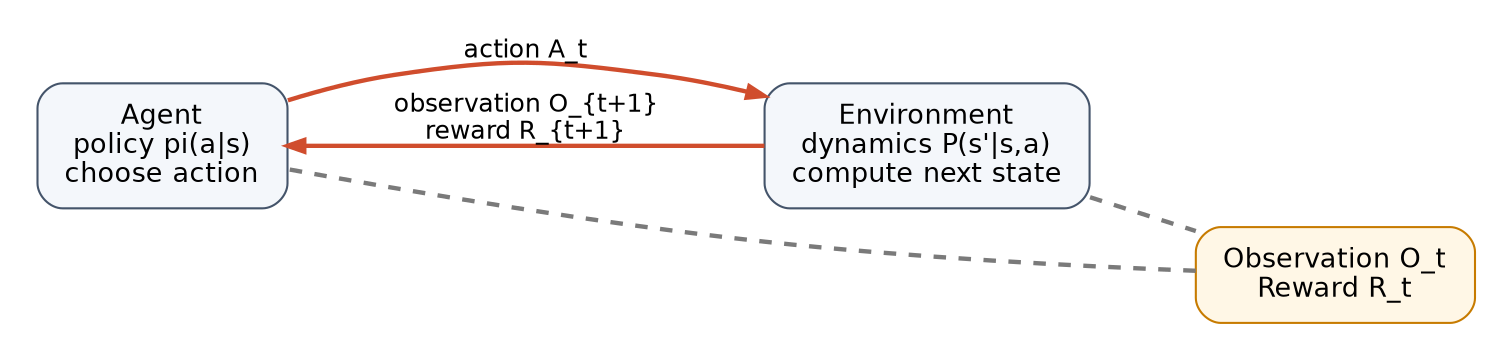
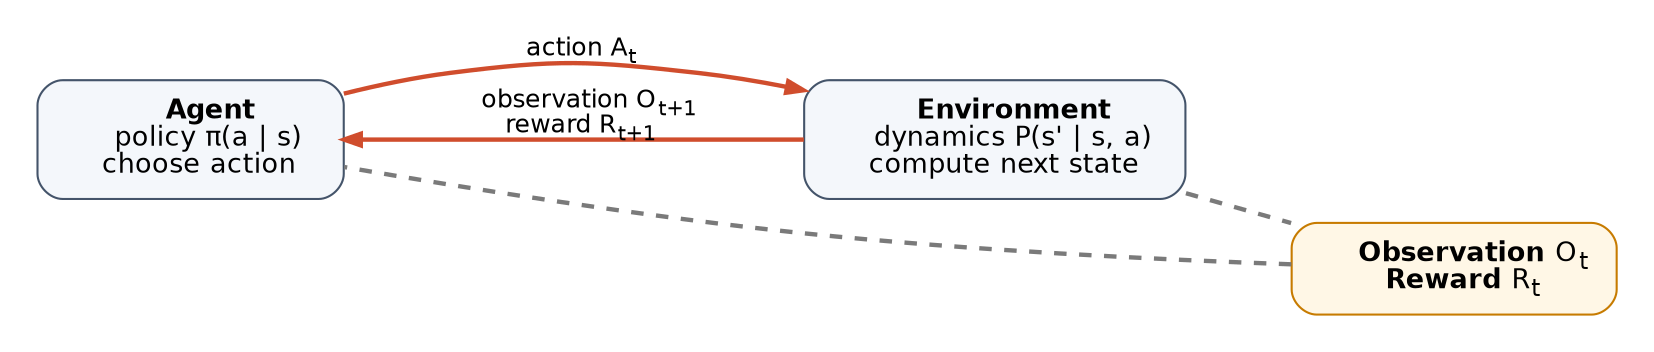
digraph AgentEnvironmentLoop {
  graph [
    rankdir=LR,
    bgcolor="transparent",
    pad="0.25",
    nodesep="0.45",
    ranksep="0.7"
  ];
  node [
    shape=box,
    style="rounded,filled",
    fontname="Helvetica",
    fontsize=13,
    margin="0.18,0.12",
    color="#44546a",
    fillcolor="#f4f7fb"
  ];
  edge [
    fontname="Helvetica",
    fontsize=12,
    color="#d04d2d",
    arrowsize=0.8,
    penwidth=2.1
  ];

-   agent [label="Agent\npolicy pi(a|s)\nchoose action"];
-   env [label="Environment\ndynamics P(s'|s,a)\ncompute next state"];
-   obs [label="Observation O_t\nReward R_t", fillcolor="#fff7e6", color="#c77b00"];
+   agent [label=<
+     <B>Agent</B><BR/>
+     policy &pi;(a | s)<BR/>
+     choose action
+   >];
+   env [label=<
+     <B>Environment</B><BR/>
+     dynamics P(s' | s, a)<BR/>
+     compute next state
+   >];
+   obs [label=<
+     <B>Observation</B> O<SUB>t</SUB><BR/>
+     <B>Reward</B> R<SUB>t</SUB>
+   >, fillcolor="#fff7e6", color="#c77b00"];

-   agent -> env [label="action A_t", minlen=2];
-   env -> agent [label="observation O_{t+1}\nreward R_{t+1}", minlen=2];
+   agent -> env [label=<
+     action A<SUB>t</SUB>
+   >, minlen=2];
+   env -> agent [label=<
+     observation O<SUB>t+1</SUB><BR/>
+     reward R<SUB>t+1</SUB>
+   >, minlen=2];
  env -> obs [style=dashed, color="#7a7a7a", arrowhead=none];
  obs -> agent [style=dashed, color="#7a7a7a", arrowhead=none];
}
